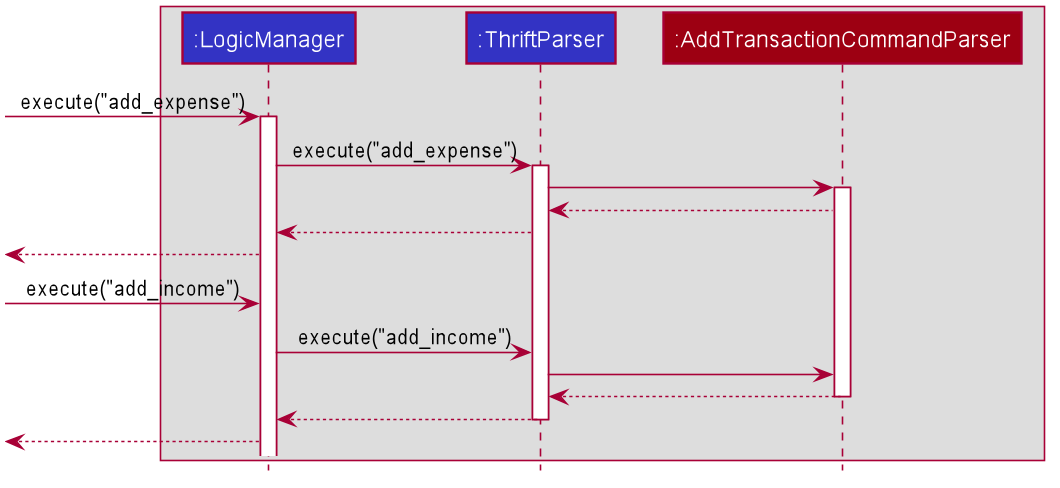
The PlantUML diagram docs/images/add-transaction/PolymorphismCalling.png in AY1920S1-CS2103T-W12-2/main, before a commit.
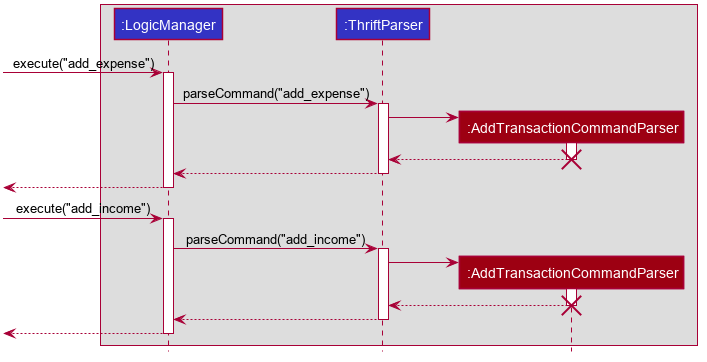
Later version of the same file.

Diff of the diagram source:
```diff
@@ -58,24 +58,41 @@
 [-> LogicManager : execute("add_expense")
 activate LogicManager
 
-LogicManager -> ThriftParser : execute("add_expense")
+LogicManager -> ThriftParser : parseCommand("add_expense")
 activate ThriftParser
 
+create AddTransactionCommandParser
 ThriftParser -> AddTransactionCommandParser
 activate AddTransactionCommandParser
 
 ThriftParser <-- AddTransactionCommandParser
+deactivate AddTransactionCommandParser
+destroy AddTransactionCommandParser
+
 LogicManager <-- ThriftParser
+deactivate ThriftParser
+
 [<-- LogicManager
+deactivate LogicManager
+
 [-> LogicManager : execute("add_income")
+activate LogicManager
 
-LogicManager -> ThriftParser : execute("add_income")
+LogicManager -> ThriftParser : parseCommand("add_income")
+activate ThriftParser
+
+create AddTransactionCommandParser
 ThriftParser -> AddTransactionCommandParser
+activate AddTransactionCommandParser
 
 ThriftParser <-- AddTransactionCommandParser
 deactivate AddTransactionCommandParser
+destroy AddTransactionCommandParser
+
 LogicManager <-- ThriftParser
 deactivate ThriftParser
+
 [<-- LogicManager
+deactivate LogicManager
 
 @enduml
```
